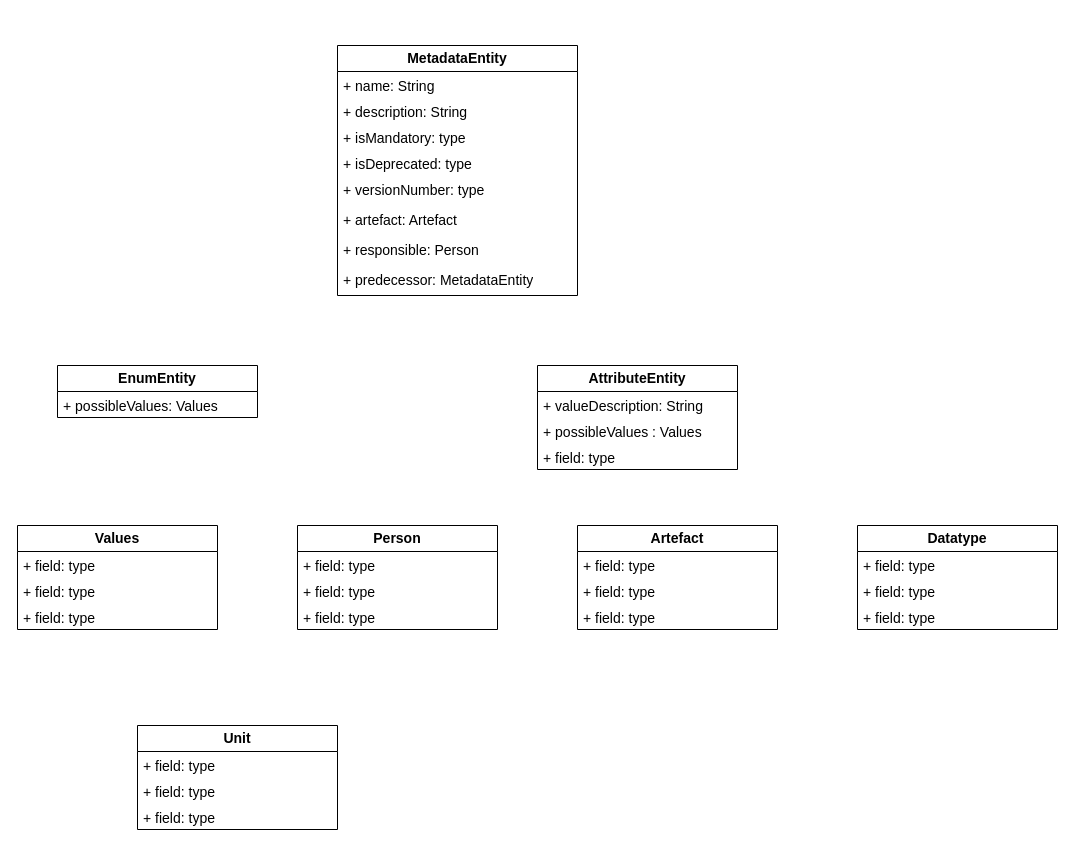
Before: KGE_PS01.drawio in tyk1hc/drawio, a draw.io diagram. Source tidied: cells renumbered, new cells numbered last; positions are measured from the earlier drawing's top-left corner, leaving out a move shared by most shapes. Both pictures are drawn from the tidied source at 100%, with x=0, y=0 at pixel (17, 45).
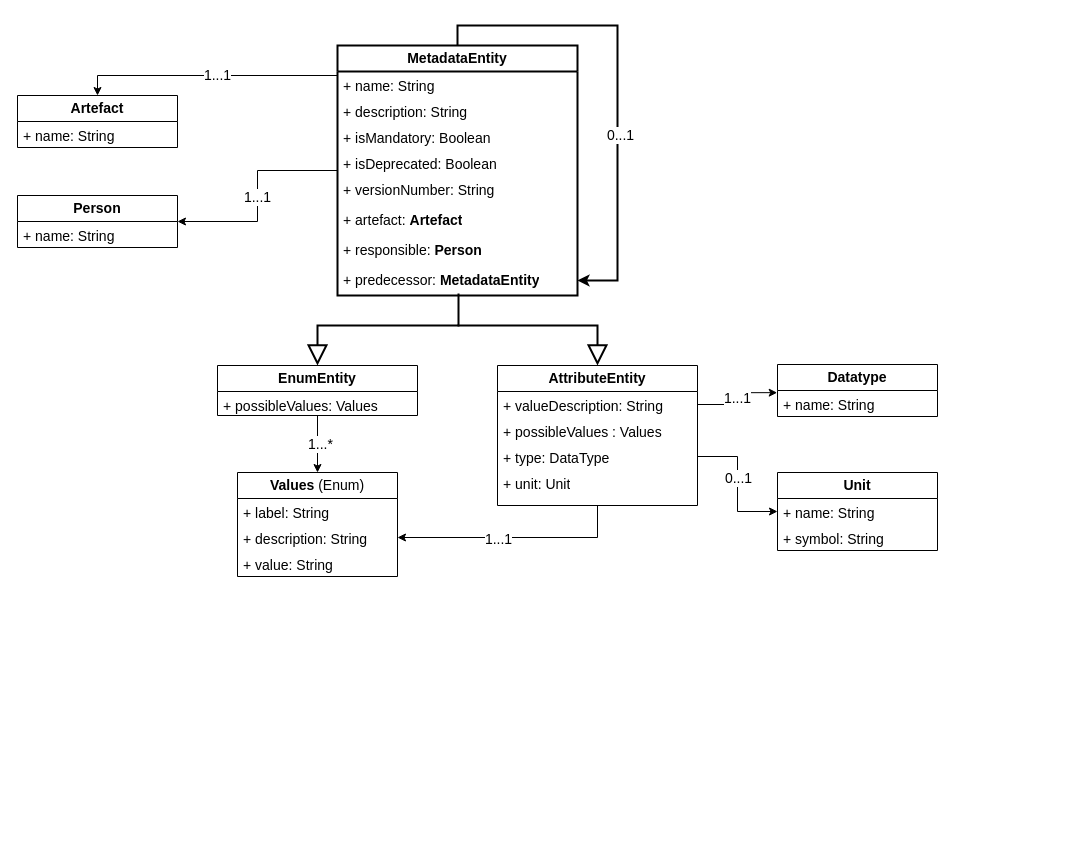
The same diagram, later.

The change refers to these unchanged cells:
```xml
<mxCell id="3" value="+ name: String" style="text;strokeColor=none;fillColor=none;align=left;verticalAlign=top;spacingLeft=4;spacingRight=4;overflow=hidden;points=[[0,0.5],[1,0.5]];portConstraint=eastwest;whiteSpace=wrap;html=1;fontSize=14;" parent="2" vertex="1">
  <mxGeometry y="26" width="240" height="26" as="geometry" />
</mxCell>
<mxCell id="14" value="+ valueDescription:&amp;nbsp;String" style="text;strokeColor=none;fillColor=none;align=left;verticalAlign=top;spacingLeft=4;spacingRight=4;overflow=hidden;points=[[0,0.5],[1,0.5]];portConstraint=eastwest;whiteSpace=wrap;html=1;fontSize=14;" parent="13" vertex="1">
  <mxGeometry y="26" width="200" height="26" as="geometry" />
</mxCell>
```

The edit, as a diff of the source:
```diff
@@
+    <mxCell id="37" style="edgeStyle=orthogonalEdgeStyle;rounded=0;jettySize=auto;html=1;entryX=1;entryY=0.5;entryDx=0;entryDy=0;" parent="1" edge="1" source="2" target="21">
+      <mxGeometry relative="1" as="geometry" />
+    </mxCell>
+    <mxCell id="38" value="1...1" style="edgeLabel;html=1;align=center;verticalAlign=middle;fontSize=14;" parent="37" vertex="1">
+      <mxGeometry y="-1" relative="1" as="geometry" />
+    </mxCell>
-    <mxCell id="2" value="&lt;b&gt;MetadataEntity&lt;/b&gt;" style="swimlane;fontStyle=0;horizontal=1;startSize=26;fillColor=none;whiteSpace=wrap;html=1;fontSize=14;" parent="1" vertex="1">
+    <mxCell id="2" value="&lt;b&gt;MetadataEntity&lt;/b&gt;" style="swimlane;fontStyle=0;horizontal=1;startSize=26;fillColor=none;whiteSpace=wrap;html=1;fontSize=14;strokeWidth=2;" parent="1" vertex="1">
       <mxGeometry x="320" width="240" height="250" as="geometry" />
     </mxCell>
@@
-    <mxCell id="5" value="+ isMandatory: type" style="text;strokeColor=none;fillColor=none;align=left;verticalAlign=top;spacingLeft=4;spacingRight=4;overflow=hidden;whiteSpace=wrap;html=1;fontSize=14;" parent="2" vertex="1">
+    <mxCell id="5" value="+ isMandatory:&amp;nbsp;Boolean" style="text;strokeColor=none;fillColor=none;align=left;verticalAlign=top;spacingLeft=4;spacingRight=4;overflow=hidden;whiteSpace=wrap;html=1;fontSize=14;" parent="2" vertex="1">
       <mxGeometry y="78" width="240" height="26" as="geometry" />
     </mxCell>
-    <mxCell id="6" value="+ isDeprecated: type" style="text;strokeColor=none;fillColor=none;align=left;verticalAlign=top;spacingLeft=4;spacingRight=4;overflow=hidden;whiteSpace=wrap;html=1;fontSize=14;" parent="2" vertex="1">
+    <mxCell id="6" value="+ isDeprecated:&amp;nbsp;Boolean" style="text;strokeColor=none;fillColor=none;align=left;verticalAlign=top;spacingLeft=4;spacingRight=4;overflow=hidden;whiteSpace=wrap;html=1;fontSize=14;" parent="2" vertex="1">
       <mxGeometry y="104" width="240" height="26" as="geometry" />
     </mxCell>
-    <mxCell id="7" value="+ versionNumber: type" style="text;strokeColor=none;fillColor=none;align=left;verticalAlign=top;spacingLeft=4;spacingRight=4;overflow=hidden;whiteSpace=wrap;html=1;fontSize=14;" parent="2" vertex="1">
+    <mxCell id="7" value="+ versionNumber:&amp;nbsp;String" style="text;strokeColor=none;fillColor=none;align=left;verticalAlign=top;spacingLeft=4;spacingRight=4;overflow=hidden;whiteSpace=wrap;html=1;fontSize=14;" parent="2" vertex="1">
       <mxGeometry y="130" width="240" height="30" as="geometry" />
     </mxCell>
-    <mxCell id="8" value="+&amp;nbsp;artefact: Artefact" style="text;strokeColor=none;fillColor=none;align=left;verticalAlign=top;spacingLeft=4;spacingRight=4;overflow=hidden;whiteSpace=wrap;html=1;fontSize=14;" parent="2" vertex="1">
+    <mxCell id="8" value="+&amp;nbsp;artefact: &lt;b&gt;Artefact&lt;/b&gt;" style="text;strokeColor=none;fillColor=none;align=left;verticalAlign=top;spacingLeft=4;spacingRight=4;overflow=hidden;whiteSpace=wrap;html=1;fontSize=14;" parent="2" vertex="1">
       <mxGeometry y="160" width="240" height="30" as="geometry" />
     </mxCell>
-    <mxCell id="9" value="+&amp;nbsp;responsible: Person" style="text;strokeColor=none;fillColor=none;align=left;verticalAlign=top;spacingLeft=4;spacingRight=4;overflow=hidden;whiteSpace=wrap;html=1;fontSize=14;" parent="2" vertex="1">
+    <mxCell id="9" value="+&amp;nbsp;responsible: &lt;b&gt;Person&lt;/b&gt;" style="text;strokeColor=none;fillColor=none;align=left;verticalAlign=top;spacingLeft=4;spacingRight=4;overflow=hidden;whiteSpace=wrap;html=1;fontSize=14;" parent="2" vertex="1">
       <mxGeometry y="190" width="240" height="30" as="geometry" />
     </mxCell>
-    <mxCell id="10" value="+&amp;nbsp;predecessor: MetadataEntity" style="text;strokeColor=none;fillColor=none;align=left;verticalAlign=top;spacingLeft=4;spacingRight=4;overflow=hidden;points=[[0,0.5],[1,0.5]];portConstraint=eastwest;whiteSpace=wrap;html=1;fontSize=14;" parent="2" vertex="1">
+    <mxCell id="10" value="+&amp;nbsp;predecessor: &lt;b&gt;MetadataEntity&lt;/b&gt;" style="text;strokeColor=none;fillColor=none;align=left;verticalAlign=top;spacingLeft=4;spacingRight=4;overflow=hidden;points=[[0,0.5],[1,0.5]];portConstraint=eastwest;whiteSpace=wrap;html=1;fontSize=14;" parent="2" vertex="1">
       <mxGeometry y="220" width="240" height="30" as="geometry" />
     </mxCell>
+    <mxCell id="39" style="edgeStyle=orthogonalEdgeStyle;rounded=0;jettySize=auto;html=1;entryX=1;entryY=0.5;entryDx=0;entryDy=0;strokeWidth=2;" parent="2" edge="1" source="2" target="10">
+      <mxGeometry relative="1" as="geometry">
+        <Array as="points">
+          <mxPoint x="120" y="-20" />
+          <mxPoint x="280" y="-20" />
+          <mxPoint x="280" y="235" />
+        </Array>
+      </mxGeometry>
+    </mxCell>
+    <mxCell id="40" value="0...1" style="edgeLabel;html=1;align=center;verticalAlign=middle;fontSize=14;" parent="39" vertex="1">
+      <mxGeometry x="0.22" y="2" relative="1" as="geometry">
+        <mxPoint y="-1" as="offset" />
+      </mxGeometry>
+    </mxCell>
+    <mxCell id="41" style="edgeStyle=orthogonalEdgeStyle;rounded=0;jettySize=auto;html=1;entryX=0.5;entryY=0;entryDx=0;entryDy=0;" parent="1" edge="1" source="11" target="17">
+      <mxGeometry relative="1" as="geometry" />
+    </mxCell>
+    <mxCell id="42" value="1...*" style="edgeLabel;html=1;align=center;verticalAlign=middle;fontSize=14;" parent="41" vertex="1">
+      <mxGeometry x="-0.02" y="2" relative="1" as="geometry" />
+    </mxCell>
     <mxCell id="11" value="&lt;b&gt;EnumEntity&lt;/b&gt;" style="swimlane;fontStyle=0;horizontal=1;startSize=26;fillColor=none;whiteSpace=wrap;html=1;fontSize=14;" parent="1" vertex="1">
-      <mxGeometry x="40" y="320" width="200" height="52" as="geometry" />
+      <mxGeometry x="200" y="320" width="200" height="50" as="geometry" />
     </mxCell>
     <mxCell id="12" value="+&amp;nbsp;possibleValues: Values" style="text;strokeColor=none;fillColor=none;align=left;verticalAlign=top;spacingLeft=4;spacingRight=4;overflow=hidden;whiteSpace=wrap;html=1;fontSize=14;" parent="11" vertex="1">
-      <mxGeometry y="26" width="200" height="26" as="geometry" />
+      <mxGeometry y="26" width="200" height="24" as="geometry" />
     </mxCell>
+    <mxCell id="43" style="edgeStyle=orthogonalEdgeStyle;rounded=0;jettySize=auto;html=1;entryX=1;entryY=0.5;entryDx=0;entryDy=0;" parent="1" edge="1" source="13" target="19">
+      <mxGeometry relative="1" as="geometry" />
+    </mxCell>
+    <mxCell id="44" value="1...1" style="edgeLabel;html=1;align=center;verticalAlign=middle;fontSize=14;" parent="43" vertex="1">
+      <mxGeometry x="0.14" y="1" relative="1" as="geometry" />
+    </mxCell>
     <mxCell id="13" value="&lt;b&gt;AttributeEntity&lt;/b&gt;" style="swimlane;fontStyle=0;horizontal=1;startSize=26;fillColor=none;whiteSpace=wrap;html=1;fontSize=14;" parent="1" vertex="1">
-      <mxGeometry x="520" y="320" width="200" height="104" as="geometry" />
+      <mxGeometry x="480" y="320" width="200" height="140" as="geometry" />
     </mxCell>
@@
-    <mxCell id="16" value="+ field: type" style="text;strokeColor=none;fillColor=none;align=left;verticalAlign=top;spacingLeft=4;spacingRight=4;overflow=hidden;points=[[0,0.5],[1,0.5]];portConstraint=eastwest;whiteSpace=wrap;html=1;fontSize=14;" parent="13" vertex="1">
+    <mxCell id="16" value="+ type: DataType" style="text;strokeColor=none;fillColor=none;align=left;verticalAlign=top;spacingLeft=4;spacingRight=4;overflow=hidden;points=[[0,0.5],[1,0.5]];portConstraint=eastwest;whiteSpace=wrap;html=1;fontSize=14;" parent="13" vertex="1">
       <mxGeometry y="78" width="200" height="26" as="geometry" />
     </mxCell>
+    <mxCell id="45" value="+ unit: Unit" style="text;strokeColor=none;fillColor=none;align=left;verticalAlign=top;spacingLeft=4;spacingRight=4;overflow=hidden;whiteSpace=wrap;html=1;fontSize=14;" parent="13" vertex="1">
+      <mxGeometry y="104" width="200" height="36" as="geometry" />
+    </mxCell>
-    <mxCell id="17" value="&lt;b&gt;Values&lt;/b&gt;" style="swimlane;fontStyle=0;horizontal=1;startSize=26;fillColor=none;whiteSpace=wrap;html=1;fontSize=14;" parent="1" vertex="1">
-      <mxGeometry y="480" width="200" height="104" as="geometry" />
+    <mxCell id="17" value="&lt;b&gt;Values&lt;/b&gt;&amp;nbsp;(Enum)" style="swimlane;fontStyle=0;horizontal=1;startSize=26;fillColor=none;whiteSpace=wrap;html=1;fontSize=14;" parent="1" vertex="1">
+      <mxGeometry x="220" y="427" width="160" height="104" as="geometry" />
     </mxCell>
-    <mxCell id="18" value="+ field: type" style="text;strokeColor=none;fillColor=none;align=left;verticalAlign=top;spacingLeft=4;spacingRight=4;overflow=hidden;whiteSpace=wrap;html=1;fontSize=14;" parent="17" vertex="1">
-      <mxGeometry y="26" width="200" height="26" as="geometry" />
+    <mxCell id="18" value="+ label: String" style="text;strokeColor=none;fillColor=none;align=left;verticalAlign=top;spacingLeft=4;spacingRight=4;overflow=hidden;whiteSpace=wrap;html=1;fontSize=14;" parent="17" vertex="1">
+      <mxGeometry y="26" width="160" height="26" as="geometry" />
     </mxCell>
-    <mxCell id="19" value="+ field: type" style="text;strokeColor=none;fillColor=none;align=left;verticalAlign=top;spacingLeft=4;spacingRight=4;overflow=hidden;points=[[0,0.5],[1,0.5]];portConstraint=eastwest;whiteSpace=wrap;html=1;fontSize=14;" parent="17" vertex="1">
-      <mxGeometry y="52" width="200" height="26" as="geometry" />
+    <mxCell id="19" value="+ description: String" style="text;strokeColor=none;fillColor=none;align=left;verticalAlign=top;spacingLeft=4;spacingRight=4;overflow=hidden;points=[[0,0.5],[1,0.5]];portConstraint=eastwest;whiteSpace=wrap;html=1;fontSize=14;" parent="17" vertex="1">
+      <mxGeometry y="52" width="160" height="26" as="geometry" />
     </mxCell>
-    <mxCell id="20" value="+ field: type" style="text;strokeColor=none;fillColor=none;align=left;verticalAlign=top;spacingLeft=4;spacingRight=4;overflow=hidden;whiteSpace=wrap;html=1;fontSize=14;" parent="17" vertex="1">
-      <mxGeometry y="78" width="200" height="26" as="geometry" />
+    <mxCell id="20" value="+ value: String" style="text;strokeColor=none;fillColor=none;align=left;verticalAlign=top;spacingLeft=4;spacingRight=4;overflow=hidden;whiteSpace=wrap;html=1;fontSize=14;" parent="17" vertex="1">
+      <mxGeometry y="78" width="160" height="26" as="geometry" />
     </mxCell>
     <mxCell id="21" value="&lt;b&gt;Person&lt;/b&gt;" style="swimlane;fontStyle=0;horizontal=1;startSize=26;fillColor=none;whiteSpace=wrap;html=1;fontSize=14;" parent="1" vertex="1">
-      <mxGeometry x="280" y="480" width="200" height="104" as="geometry" />
+      <mxGeometry y="150" width="160" height="52" as="geometry" />
     </mxCell>
-    <mxCell id="22" value="+ field: type" style="text;strokeColor=none;fillColor=none;align=left;verticalAlign=top;spacingLeft=4;spacingRight=4;overflow=hidden;whiteSpace=wrap;html=1;fontSize=14;" parent="21" vertex="1">
-      <mxGeometry y="26" width="200" height="26" as="geometry" />
+    <mxCell id="22" value="+ name: String" style="text;strokeColor=none;fillColor=none;align=left;verticalAlign=top;spacingLeft=4;spacingRight=4;overflow=hidden;whiteSpace=wrap;html=1;fontSize=14;" parent="21" vertex="1">
+      <mxGeometry y="26" width="160" height="26" as="geometry" />
     </mxCell>
-    <mxCell id="23" value="+ field: type" style="text;strokeColor=none;fillColor=none;align=left;verticalAlign=top;spacingLeft=4;spacingRight=4;overflow=hidden;whiteSpace=wrap;html=1;fontSize=14;" parent="21" vertex="1">
-      <mxGeometry y="52" width="200" height="26" as="geometry" />
-    </mxCell>
-    <mxCell id="24" value="+ field: type" style="text;strokeColor=none;fillColor=none;align=left;verticalAlign=top;spacingLeft=4;spacingRight=4;overflow=hidden;whiteSpace=wrap;html=1;fontSize=14;" parent="21" vertex="1">
-      <mxGeometry y="78" width="200" height="26" as="geometry" />
-    </mxCell>
     <mxCell id="25" value="&lt;b&gt;Artefact&lt;/b&gt;" style="swimlane;fontStyle=0;horizontal=1;startSize=26;fillColor=none;whiteSpace=wrap;html=1;fontSize=14;" parent="1" vertex="1">
-      <mxGeometry x="560" y="480" width="200" height="104" as="geometry" />
+      <mxGeometry y="50" width="160" height="52" as="geometry" />
     </mxCell>
-    <mxCell id="26" value="+ field: type" style="text;strokeColor=none;fillColor=none;align=left;verticalAlign=top;spacingLeft=4;spacingRight=4;overflow=hidden;whiteSpace=wrap;html=1;fontSize=14;" parent="25" vertex="1">
-      <mxGeometry y="26" width="200" height="26" as="geometry" />
+    <mxCell id="26" value="+ name: String" style="text;strokeColor=none;fillColor=none;align=left;verticalAlign=top;spacingLeft=4;spacingRight=4;overflow=hidden;whiteSpace=wrap;html=1;fontSize=14;" parent="25" vertex="1">
+      <mxGeometry y="26" width="160" height="26" as="geometry" />
     </mxCell>
-    <mxCell id="27" value="+ field: type" style="text;strokeColor=none;fillColor=none;align=left;verticalAlign=top;spacingLeft=4;spacingRight=4;overflow=hidden;whiteSpace=wrap;html=1;fontSize=14;" parent="25" vertex="1">
-      <mxGeometry y="52" width="200" height="26" as="geometry" />
-    </mxCell>
-    <mxCell id="28" value="+ field: type" style="text;strokeColor=none;fillColor=none;align=left;verticalAlign=top;spacingLeft=4;spacingRight=4;overflow=hidden;whiteSpace=wrap;html=1;fontSize=14;" parent="25" vertex="1">
-      <mxGeometry y="78" width="200" height="26" as="geometry" />
-    </mxCell>
     <mxCell id="29" value="&lt;b&gt;Datatype&lt;/b&gt;" style="swimlane;fontStyle=0;horizontal=1;startSize=26;fillColor=none;whiteSpace=wrap;html=1;fontSize=14;" parent="1" vertex="1">
-      <mxGeometry x="840" y="480" width="200" height="104" as="geometry" />
+      <mxGeometry x="760" y="319" width="160" height="52" as="geometry" />
     </mxCell>
-    <mxCell id="30" value="+ field: type" style="text;strokeColor=none;fillColor=none;align=left;verticalAlign=top;spacingLeft=4;spacingRight=4;overflow=hidden;points=[[0,0.5],[1,0.5]];portConstraint=eastwest;whiteSpace=wrap;html=1;fontSize=14;" parent="29" vertex="1">
-      <mxGeometry y="26" width="200" height="26" as="geometry" />
+    <mxCell id="30" value="+ name: String" style="text;strokeColor=none;fillColor=none;align=left;verticalAlign=top;spacingLeft=4;spacingRight=4;overflow=hidden;points=[[0,0.5],[1,0.5]];portConstraint=eastwest;whiteSpace=wrap;html=1;fontSize=14;" parent="29" vertex="1">
+      <mxGeometry y="26" width="160" height="26" as="geometry" />
     </mxCell>
-    <mxCell id="31" value="+ field: type" style="text;strokeColor=none;fillColor=none;align=left;verticalAlign=top;spacingLeft=4;spacingRight=4;overflow=hidden;whiteSpace=wrap;html=1;fontSize=14;" parent="29" vertex="1">
-      <mxGeometry y="52" width="200" height="26" as="geometry" />
-    </mxCell>
-    <mxCell id="32" value="+ field: type" style="text;strokeColor=none;fillColor=none;align=left;verticalAlign=top;spacingLeft=4;spacingRight=4;overflow=hidden;whiteSpace=wrap;html=1;fontSize=14;" parent="29" vertex="1">
-      <mxGeometry y="78" width="200" height="26" as="geometry" />
-    </mxCell>
     <mxCell id="33" value="&lt;b&gt;Unit&lt;/b&gt;" style="swimlane;fontStyle=0;horizontal=1;startSize=26;fillColor=none;whiteSpace=wrap;html=1;fontSize=14;" parent="1" vertex="1">
-      <mxGeometry x="120" y="680" width="200" height="104" as="geometry" />
+      <mxGeometry x="760" y="427" width="160" height="78" as="geometry" />
     </mxCell>
-    <mxCell id="34" value="+ field: type" style="text;strokeColor=none;fillColor=none;align=left;verticalAlign=top;spacingLeft=4;spacingRight=4;overflow=hidden;points=[[0,0.5],[1,0.5]];portConstraint=eastwest;whiteSpace=wrap;html=1;fontSize=14;" parent="33" vertex="1">
-      <mxGeometry y="26" width="200" height="26" as="geometry" />
+    <mxCell id="34" value="+ name: String" style="text;strokeColor=none;fillColor=none;align=left;verticalAlign=top;spacingLeft=4;spacingRight=4;overflow=hidden;points=[[0,0.5],[1,0.5]];portConstraint=eastwest;whiteSpace=wrap;html=1;fontSize=14;" parent="33" vertex="1">
+      <mxGeometry y="26" width="160" height="26" as="geometry" />
     </mxCell>
-    <mxCell id="35" value="+ field: type" style="text;strokeColor=none;fillColor=none;align=left;verticalAlign=top;spacingLeft=4;spacingRight=4;overflow=hidden;whiteSpace=wrap;html=1;fontSize=14;" parent="33" vertex="1">
-      <mxGeometry y="52" width="200" height="26" as="geometry" />
+    <mxCell id="35" value="+ symbol: String" style="text;strokeColor=none;fillColor=none;align=left;verticalAlign=top;spacingLeft=4;spacingRight=4;overflow=hidden;whiteSpace=wrap;html=1;fontSize=14;" parent="33" vertex="1">
+      <mxGeometry y="52" width="160" height="26" as="geometry" />
     </mxCell>
-    <mxCell id="36" value="+ field: type" style="text;strokeColor=none;fillColor=none;align=left;verticalAlign=top;spacingLeft=4;spacingRight=4;overflow=hidden;whiteSpace=wrap;html=1;fontSize=14;" parent="33" vertex="1">
-      <mxGeometry y="78" width="200" height="26" as="geometry" />
-    </mxCell>
+    <mxCell id="46" style="endArrow=block;endSize=16;endFill=0;html=1;rounded=0;strokeWidth=2;entryX=0.5;entryY=0;entryDx=0;entryDy=0;" parent="1" edge="1" target="11">
+      <mxGeometry relative="1" as="geometry">
+        <mxPoint x="441" y="248" as="sourcePoint" />
+        <Array as="points">
+          <mxPoint x="441" y="280" />
+          <mxPoint x="300" y="280" />
+        </Array>
+      </mxGeometry>
+    </mxCell>
+    <mxCell id="47" style="endArrow=block;endSize=16;endFill=0;html=1;rounded=0;strokeWidth=2;" parent="1" edge="1">
+      <mxGeometry relative="1" as="geometry">
+        <mxPoint x="440" y="280" as="sourcePoint" />
+        <mxPoint x="580" y="320" as="targetPoint" />
+        <Array as="points">
+          <mxPoint x="580" y="280" />
+        </Array>
+      </mxGeometry>
+    </mxCell>
+    <mxCell id="48" style="edgeStyle=orthogonalEdgeStyle;rounded=0;jettySize=auto;html=1;exitX=1;exitY=0.5;exitDx=0;exitDy=0;entryX=-0.002;entryY=0.083;entryDx=0;entryDy=0;entryPerimeter=0;" parent="1" edge="1" source="14" target="30">
+      <mxGeometry relative="1" as="geometry" />
+    </mxCell>
+    <mxCell id="49" value="1...1" style="edgeLabel;html=1;align=center;verticalAlign=middle;fontSize=14;" parent="48" vertex="1">
+      <mxGeometry x="0.03" y="1" relative="1" as="geometry" />
+    </mxCell>
+    <mxCell id="50" style="edgeStyle=orthogonalEdgeStyle;rounded=0;jettySize=auto;html=1;exitX=1;exitY=0.5;exitDx=0;exitDy=0;entryX=0;entryY=0.5;entryDx=0;entryDy=0;" parent="1" edge="1" source="16" target="34">
+      <mxGeometry relative="1" as="geometry" />
+    </mxCell>
+    <mxCell id="51" value="0...1" style="edgeLabel;html=1;align=center;verticalAlign=middle;fontSize=14;" parent="50" vertex="1">
+      <mxGeometry x="-0.1" relative="1" as="geometry" />
+    </mxCell>
+    <mxCell id="52" style="edgeStyle=orthogonalEdgeStyle;rounded=0;jettySize=auto;html=1;entryX=0.5;entryY=0;entryDx=0;entryDy=0;" parent="1" edge="1" source="3" target="25">
+      <mxGeometry relative="1" as="geometry">
+        <Array as="points">
+          <mxPoint x="80" y="30" />
+        </Array>
+      </mxGeometry>
+    </mxCell>
+    <mxCell id="53" value="1...1" style="edgeLabel;html=1;align=center;verticalAlign=middle;fontSize=14;" parent="52" vertex="1">
+      <mxGeometry x="-0.07" y="-1" relative="1" as="geometry" />
+    </mxCell>
```
